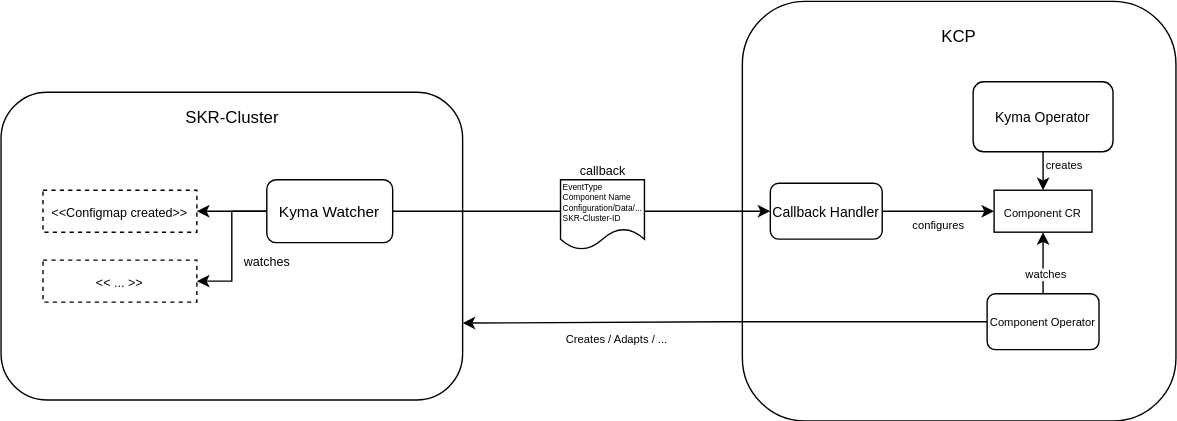
jeremyharisch/kyma-watcher-old keeps this draw.io diagram as docs/assets/watcher_workflow.svg. Above is the earlier version. Source tidied: cells renumbered, new cells last; positions are measured from the earlier drawing's top-left corner, leaving out a move shared by most shapes.
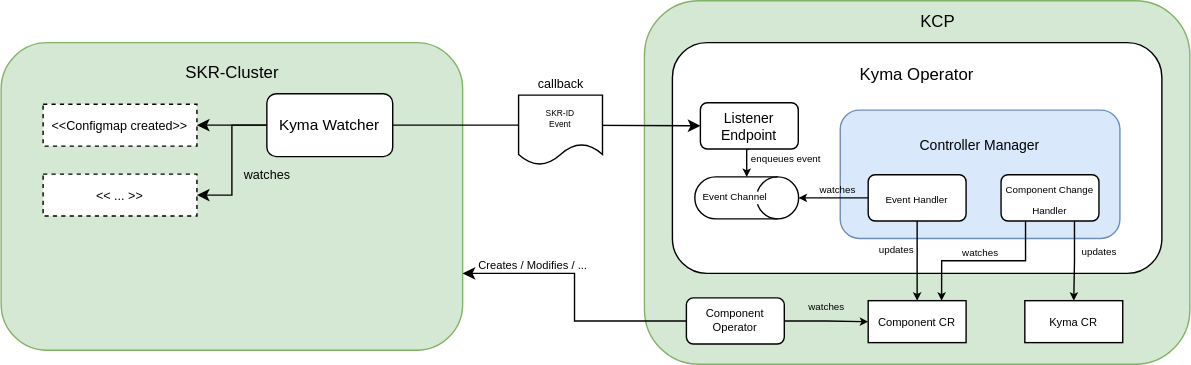
The same file after the commit.

Commit message:
Updated workflow, incl. correct callback body

Change to the diagram source:
```diff
@@ -2,20 +2,26 @@
   <root>
     <mxCell id="0" />
     <mxCell id="1" parent="0" />
+    <mxCell id="4" style="rounded=1;whiteSpace=wrap;html=1;fillColor=#d5e8d4;strokeColor=#82b366;" parent="1" vertex="1">
+      <mxGeometry x="530" y="-60" width="390" height="260" as="geometry" />
+    </mxCell>
+    <mxCell id="16" style="rounded=1;whiteSpace=wrap;html=1;fontSize=9;fontStyle=1;" parent="1" vertex="1">
+      <mxGeometry x="550" y="-30" width="350" height="165" as="geometry" />
+    </mxCell>
+    <mxCell id="27" style="rounded=1;whiteSpace=wrap;html=1;fontSize=7;fillColor=#dae8fc;strokeColor=#6c8ebf;" parent="1" vertex="1">
+      <mxGeometry x="670" y="18.2" width="200" height="91.8" as="geometry" />
+    </mxCell>
-    <mxCell id="2" style="rounded=1;whiteSpace=wrap;html=1;" parent="1" vertex="1">
-      <mxGeometry y="64.5" width="330" height="220" as="geometry" />
+    <mxCell id="2" style="rounded=1;whiteSpace=wrap;html=1;fillColor=#d5e8d4;strokeColor=#82b366;" parent="1" vertex="1">
+      <mxGeometry x="70" y="-30" width="330" height="220" as="geometry" />
     </mxCell>
     <mxCell id="3" value="SKR-Cluster" style="text;html=1;strokeColor=none;fillColor=none;align=center;verticalAlign=middle;whiteSpace=wrap;rounded=0;" parent="1" vertex="1">
-      <mxGeometry x="122.5" y="67.5" width="85" height="30" as="geometry" />
+      <mxGeometry x="192.5" y="-23.5" width="85" height="30" as="geometry" />
     </mxCell>
-    <mxCell id="4" style="rounded=1;whiteSpace=wrap;html=1;" parent="1" vertex="1">
-      <mxGeometry x="530" y="-0.5" width="310" height="300" as="geometry" />
-    </mxCell>
     <mxCell id="5" value="KCP" style="text;html=1;strokeColor=none;fillColor=none;align=center;verticalAlign=middle;whiteSpace=wrap;rounded=0;" parent="1" vertex="1">
-      <mxGeometry x="655" y="9.5" width="60" height="30" as="geometry" />
+      <mxGeometry x="710" y="-60" width="60" height="30" as="geometry" />
     </mxCell>
     <mxCell id="6" value="&lt;font style=&quot;font-size: 9px;&quot;&gt;&amp;lt;&amp;lt;Configmap created&amp;gt;&amp;gt;&lt;/font&gt;" style="rounded=0;whiteSpace=wrap;html=1;dashed=1;" parent="1" vertex="1">
-      <mxGeometry x="30" y="134.5" width="110" height="30" as="geometry" />
+      <mxGeometry x="100" y="14" width="110" height="30" as="geometry" />
     </mxCell>
     <mxCell id="7" style="edgeStyle=orthogonalEdgeStyle;rounded=0;jettySize=auto;html=1;exitX=0;exitY=0.5;exitDx=0;exitDy=0;entryX=1;entryY=0.5;entryDx=0;entryDy=0;fontSize=11;" parent="1" edge="1" source="12" target="6">
       <mxGeometry relative="1" as="geometry" />
@@ -23,7 +29,7 @@
     <mxCell id="8" style="edgeStyle=orthogonalEdgeStyle;rounded=0;jettySize=auto;html=1;exitX=0;exitY=0.5;exitDx=0;exitDy=0;entryX=1;entryY=0.5;entryDx=0;entryDy=0;fontSize=11;" parent="1" edge="1" source="12" target="13">
       <mxGeometry relative="1" as="geometry" />
     </mxCell>
-    <mxCell id="9" value="&lt;font style=&quot;font-size: 9px;&quot;&gt;watches&lt;/font&gt;" style="edgeLabel;html=1;align=center;verticalAlign=middle;fontSize=11;" parent="8" vertex="1">
+    <mxCell id="9" value="&lt;font style=&quot;font-size: 9px;&quot;&gt;watches&lt;/font&gt;" style="edgeLabel;html=1;align=center;verticalAlign=middle;fontSize=11;labelBackgroundColor=none;" parent="8" vertex="1">
       <mxGeometry x="-0.52" y="-2" relative="1" as="geometry">
         <mxPoint x="24" y="37" as="offset" />
       </mxGeometry>
@@ -33,66 +39,103 @@
     </mxCell>
     <mxCell id="11" value="callback" style="edgeLabel;html=1;align=center;verticalAlign=middle;fontSize=9;" parent="10" vertex="1">
       <mxGeometry x="0.73" relative="1" as="geometry">
-        <mxPoint x="-83" y="-29" as="offset" />
+        <mxPoint x="-70" y="-30" as="offset" />
       </mxGeometry>
     </mxCell>
     <mxCell id="12" value="&lt;font style=&quot;font-size: 11px;&quot;&gt;Kyma Watcher&lt;/font&gt;" style="rounded=1;whiteSpace=wrap;html=1;fontSize=9;" parent="1" vertex="1">
-      <mxGeometry x="190" y="127" width="90" height="45" as="geometry" />
+      <mxGeometry x="260" y="6.5" width="90" height="45" as="geometry" />
     </mxCell>
     <mxCell id="13" value="&lt;font style=&quot;font-size: 9px;&quot;&gt;&amp;lt;&amp;lt; ... &amp;gt;&amp;gt;&lt;/font&gt;" style="rounded=0;whiteSpace=wrap;html=1;dashed=1;" parent="1" vertex="1">
-      <mxGeometry x="30" y="184.5" width="110" height="30" as="geometry" />
+      <mxGeometry x="100" y="64" width="110" height="30" as="geometry" />
     </mxCell>
-    <mxCell id="14" style="edgeStyle=orthogonalEdgeStyle;rounded=0;jettySize=auto;html=1;exitX=0.5;exitY=1;exitDx=0;exitDy=0;entryX=0.5;entryY=0;entryDx=0;entryDy=0;fontSize=8;" parent="1" edge="1" source="16" target="20">
-      <mxGeometry relative="1" as="geometry" />
-    </mxCell>
-    <mxCell id="15" value="creates" style="edgeLabel;html=1;align=center;verticalAlign=middle;fontSize=8;" parent="14" vertex="1">
-      <mxGeometry x="-0.3" relative="1" as="geometry">
-        <mxPoint x="15" as="offset" />
-      </mxGeometry>
-    </mxCell>
-    <mxCell id="16" value="&lt;font style=&quot;font-size: 10px;&quot;&gt;Kyma Operator&lt;/font&gt;" style="rounded=1;whiteSpace=wrap;html=1;fontSize=9;" parent="1" vertex="1">
-      <mxGeometry x="695" y="57" width="100" height="50" as="geometry" />
-    </mxCell>
-    <mxCell id="17" style="edgeStyle=orthogonalEdgeStyle;rounded=0;jettySize=auto;html=1;exitX=1;exitY=0.5;exitDx=0;exitDy=0;entryX=0;entryY=0.5;entryDx=0;entryDy=0;fontSize=8;" parent="1" edge="1" source="19" target="20">
-      <mxGeometry relative="1" as="geometry">
-        <Array as="points">
-          <mxPoint x="690" y="149.5" />
-          <mxPoint x="690" y="149.5" />
-        </Array>
-      </mxGeometry>
-    </mxCell>
-    <mxCell id="18" value="configures" style="edgeLabel;html=1;align=center;verticalAlign=middle;fontSize=8;" parent="17" vertex="1">
-      <mxGeometry x="-0.04" relative="1" as="geometry">
-        <mxPoint x="1" y="10" as="offset" />
-      </mxGeometry>
-    </mxCell>
+    <mxCell id="28" style="edgeStyle=orthogonalEdgeStyle;rounded=0;jettySize=auto;html=1;exitX=0.5;exitY=1;exitDx=0;exitDy=0;entryX=0;entryY=0.5;entryDx=0;entryDy=0;fontSize=7;strokeWidth=1;endSize=3;entryPerimeter=0;" parent="1" edge="1" source="19" target="43">
+      <mxGeometry relative="1" as="geometry" />
+    </mxCell>
-    <mxCell id="19" value="&lt;font style=&quot;font-size: 10px;&quot;&gt;Callback Handler&lt;/font&gt;" style="rounded=1;whiteSpace=wrap;html=1;fontSize=9;" parent="1" vertex="1">
-      <mxGeometry x="550" y="129.5" width="80" height="40" as="geometry" />
+    <mxCell id="19" value="&lt;font style=&quot;font-size: 10px;&quot;&gt;Listener Endpoint&lt;/font&gt;" style="rounded=1;whiteSpace=wrap;html=1;fontSize=9;" parent="1" vertex="1">
+      <mxGeometry x="570" y="13" width="70" height="33" as="geometry" />
     </mxCell>
     <mxCell id="20" value="&lt;font style=&quot;font-size: 8px;&quot;&gt;Component CR&lt;/font&gt;" style="rounded=0;whiteSpace=wrap;html=1;fontSize=10;" parent="1" vertex="1">
-      <mxGeometry x="710" y="134.5" width="70" height="30" as="geometry" />
+      <mxGeometry x="690" y="154.5" width="70" height="30" as="geometry" />
     </mxCell>
-    <mxCell id="21" style="edgeStyle=orthogonalEdgeStyle;rounded=0;jettySize=auto;html=1;fontSize=8;" parent="1" edge="1" source="25" target="20">
+    <mxCell id="21" style="edgeStyle=orthogonalEdgeStyle;rounded=0;jettySize=auto;html=1;fontSize=8;startSize=4;endSize=3;" parent="1" edge="1" source="25" target="20">
       <mxGeometry relative="1" as="geometry" />
     </mxCell>
-    <mxCell id="22" value="watches" style="edgeLabel;html=1;align=center;verticalAlign=middle;fontSize=8;" parent="21" vertex="1">
+    <mxCell id="22" value="watches" style="edgeLabel;html=1;align=center;verticalAlign=middle;fontSize=7;labelBackgroundColor=none;" parent="21" vertex="1">
       <mxGeometry x="-0.08" y="-2" relative="1" as="geometry">
-        <mxPoint y="7" as="offset" />
+        <mxPoint x="2" y="-11" as="offset" />
       </mxGeometry>
     </mxCell>
     <mxCell id="23" style="edgeStyle=orthogonalEdgeStyle;rounded=0;jettySize=auto;html=1;exitX=0;exitY=0.5;exitDx=0;exitDy=0;entryX=1;entryY=0.75;entryDx=0;entryDy=0;fontSize=8;" parent="1" edge="1" source="25" target="2">
       <mxGeometry relative="1" as="geometry" />
     </mxCell>
-    <mxCell id="24" value="&lt;font style=&quot;font-size: 8px;&quot;&gt;Creates / Adapts / ...&lt;/font&gt;" style="edgeLabel;html=1;align=center;verticalAlign=middle;fontSize=6;" parent="23" vertex="1">
+    <mxCell id="24" value="&lt;font style=&quot;font-size: 8px;&quot;&gt;Creates / Modifies / ...&lt;/font&gt;" style="edgeLabel;html=1;align=center;verticalAlign=middle;fontSize=6;" parent="23" vertex="1">
       <mxGeometry x="0.16" y="-2" relative="1" as="geometry">
-        <mxPoint x="-48" y="13" as="offset" />
+        <mxPoint x="-32" y="-8" as="offset" />
       </mxGeometry>
     </mxCell>
     <mxCell id="25" value="Component Operator" style="rounded=1;whiteSpace=wrap;html=1;fontSize=8;" parent="1" vertex="1">
-      <mxGeometry x="705" y="208.5" width="80" height="40" as="geometry" />
+      <mxGeometry x="560" y="152.5" width="70" height="33" as="geometry" />
     </mxCell>
-    <mxCell id="26" value="&lt;blockquote style=&quot;margin: 0 0 0 40px; border: none; padding: 0px;&quot;&gt;&lt;/blockquote&gt;&lt;span style=&quot;background-color: initial;&quot;&gt;EventType&lt;/span&gt;&lt;br&gt;&lt;span style=&quot;background-color: initial;&quot;&gt;Component Name&lt;/span&gt;&lt;br&gt;&lt;span style=&quot;background-color: initial;&quot;&gt;Configuration/Data/...&lt;/span&gt;&lt;br&gt;&lt;span style=&quot;background-color: initial;&quot;&gt;SKR-Cluster-ID&lt;/span&gt;&lt;br&gt;&lt;blockquote style=&quot;margin: 0 0 0 40px; border: none; padding: 0px;&quot;&gt;&lt;/blockquote&gt;&lt;blockquote style=&quot;margin: 0 0 0 40px; border: none; padding: 0px;&quot;&gt;&lt;/blockquote&gt;" style="shape=document;whiteSpace=wrap;html=1;boundedLbl=1;fontSize=6;align=left;" parent="1" vertex="1">
-      <mxGeometry x="400" y="127" width="60" height="50" as="geometry" />
+    <mxCell id="26" value="&lt;blockquote style=&quot;margin: 0 0 0 40px; border: none; padding: 0px;&quot;&gt;&lt;/blockquote&gt;SKR-ID&lt;br&gt;Event&lt;br&gt;&lt;blockquote style=&quot;margin: 0 0 0 40px; border: none; padding: 0px;&quot;&gt;&lt;/blockquote&gt;&lt;blockquote style=&quot;margin: 0 0 0 40px; border: none; padding: 0px;&quot;&gt;&lt;/blockquote&gt;" style="shape=document;whiteSpace=wrap;html=1;boundedLbl=1;fontSize=6;align=center;" parent="1" vertex="1">
+      <mxGeometry x="440" y="7.5" width="60" height="50" as="geometry" />
     </mxCell>
+    <mxCell id="29" value="Kyma Operator" style="text;html=1;strokeColor=none;fillColor=none;align=center;verticalAlign=middle;whiteSpace=wrap;rounded=0;" parent="1" vertex="1">
+      <mxGeometry x="660" y="-22.5" width="130" height="30" as="geometry" />
+    </mxCell>
+    <mxCell id="30" style="edgeStyle=orthogonalEdgeStyle;rounded=0;jettySize=auto;html=1;exitX=0;exitY=0.5;exitDx=0;exitDy=0;entryX=0.5;entryY=0;entryDx=0;entryDy=0;fontSize=7;endSize=3;strokeWidth=1;entryPerimeter=0;" parent="1" edge="1" source="33" target="43">
+      <mxGeometry relative="1" as="geometry" />
+    </mxCell>
+    <mxCell id="31" style="edgeStyle=orthogonalEdgeStyle;rounded=0;jettySize=auto;html=1;exitX=0.5;exitY=1;exitDx=0;exitDy=0;entryX=0.5;entryY=0;entryDx=0;entryDy=0;fontSize=7;endSize=3;strokeWidth=1;" parent="1" edge="1" source="33" target="20">
+      <mxGeometry relative="1" as="geometry" />
+    </mxCell>
+    <mxCell id="32" value="updates" style="edgeLabel;html=1;align=center;verticalAlign=middle;fontSize=7;" parent="31" vertex="1">
+      <mxGeometry x="-0.19" y="1" relative="1" as="geometry">
+        <mxPoint x="-16" y="-2" as="offset" />
+      </mxGeometry>
+    </mxCell>
+    <mxCell id="33" value="&lt;font style=&quot;font-size: 7px;&quot;&gt;Event Handler&lt;/font&gt;" style="rounded=1;whiteSpace=wrap;html=1;" parent="1" vertex="1">
+      <mxGeometry x="690" y="64.5" width="70" height="33" as="geometry" />
+    </mxCell>
+    <mxCell id="34" value="&lt;font style=&quot;font-size: 8px;&quot;&gt;Kyma CR&lt;/font&gt;" style="rounded=0;whiteSpace=wrap;html=1;fontSize=10;" parent="1" vertex="1">
+      <mxGeometry x="802" y="154.5" width="70" height="30" as="geometry" />
+    </mxCell>
+    <mxCell id="35" style="edgeStyle=orthogonalEdgeStyle;rounded=0;jettySize=auto;html=1;exitX=0.25;exitY=1;exitDx=0;exitDy=0;entryX=0.75;entryY=0;entryDx=0;entryDy=0;fontSize=7;endSize=3;strokeWidth=1;" parent="1" edge="1" source="39" target="20">
+      <mxGeometry relative="1" as="geometry" />
+    </mxCell>
+    <mxCell id="36" value="watches" style="edgeLabel;html=1;align=center;verticalAlign=middle;fontSize=7;labelBackgroundColor=none;" parent="35" vertex="1">
+      <mxGeometry x="0.2" y="1" relative="1" as="geometry">
+        <mxPoint x="9" y="-6" as="offset" />
+      </mxGeometry>
+    </mxCell>
+    <mxCell id="37" style="edgeStyle=orthogonalEdgeStyle;rounded=0;jettySize=auto;html=1;exitX=0.75;exitY=1;exitDx=0;exitDy=0;fontSize=7;endSize=3;strokeWidth=1;" parent="1" edge="1" source="39" target="34">
+      <mxGeometry relative="1" as="geometry" />
+    </mxCell>
+    <mxCell id="38" value="updates" style="edgeLabel;html=1;align=center;verticalAlign=middle;fontSize=7;" parent="37" vertex="1">
+      <mxGeometry x="-0.08" y="1" relative="1" as="geometry">
+        <mxPoint x="16" y="-4" as="offset" />
+      </mxGeometry>
+    </mxCell>
+    <mxCell id="39" value="&lt;span style=&quot;font-size: 7px;&quot;&gt;Component Change Handler&lt;/span&gt;" style="rounded=1;whiteSpace=wrap;html=1;" parent="1" vertex="1">
+      <mxGeometry x="785" y="64.5" width="70" height="33" as="geometry" />
+    </mxCell>
+    <mxCell id="40" value="&lt;font style=&quot;font-size: 10px;&quot;&gt;Controller Manager&lt;/font&gt;" style="text;html=1;strokeColor=none;fillColor=none;align=center;verticalAlign=middle;whiteSpace=wrap;rounded=0;fontSize=7;" parent="1" vertex="1">
+      <mxGeometry x="715" y="27.5" width="110" height="30" as="geometry" />
+    </mxCell>
+    <mxCell id="41" value="watches" style="edgeLabel;html=1;align=center;verticalAlign=middle;fontSize=7;labelBackgroundColor=none;" parent="1" vertex="1">
+      <mxGeometry x="785" y="137" as="geometry">
+        <mxPoint x="-117" y="-61" as="offset" />
+      </mxGeometry>
+    </mxCell>
+    <mxCell id="42" value="enqueues event" style="edgeLabel;html=1;align=center;verticalAlign=middle;fontSize=7;labelBackgroundColor=none;" parent="1" vertex="1">
+      <mxGeometry x="748" y="115" as="geometry">
+        <mxPoint x="-117" y="-61" as="offset" />
+      </mxGeometry>
+    </mxCell>
+    <mxCell id="43" style="shape=cylinder3;whiteSpace=wrap;html=1;boundedLbl=1;backgroundOutline=1;size=15;labelBackgroundColor=none;fontSize=10;rotation=90;" parent="1" vertex="1">
+      <mxGeometry x="588.1" y="43.9" width="30" height="74.2" as="geometry" />
+    </mxCell>
+    <mxCell id="44" value="Event Channel" style="text;html=1;strokeColor=none;fillColor=none;align=center;verticalAlign=middle;whiteSpace=wrap;rounded=0;labelBackgroundColor=default;fontSize=7;" parent="1" vertex="1">
+      <mxGeometry x="565" y="71" width="60" height="20" as="geometry" />
+    </mxCell>
   </root>
 </mxGraphModel>
```
